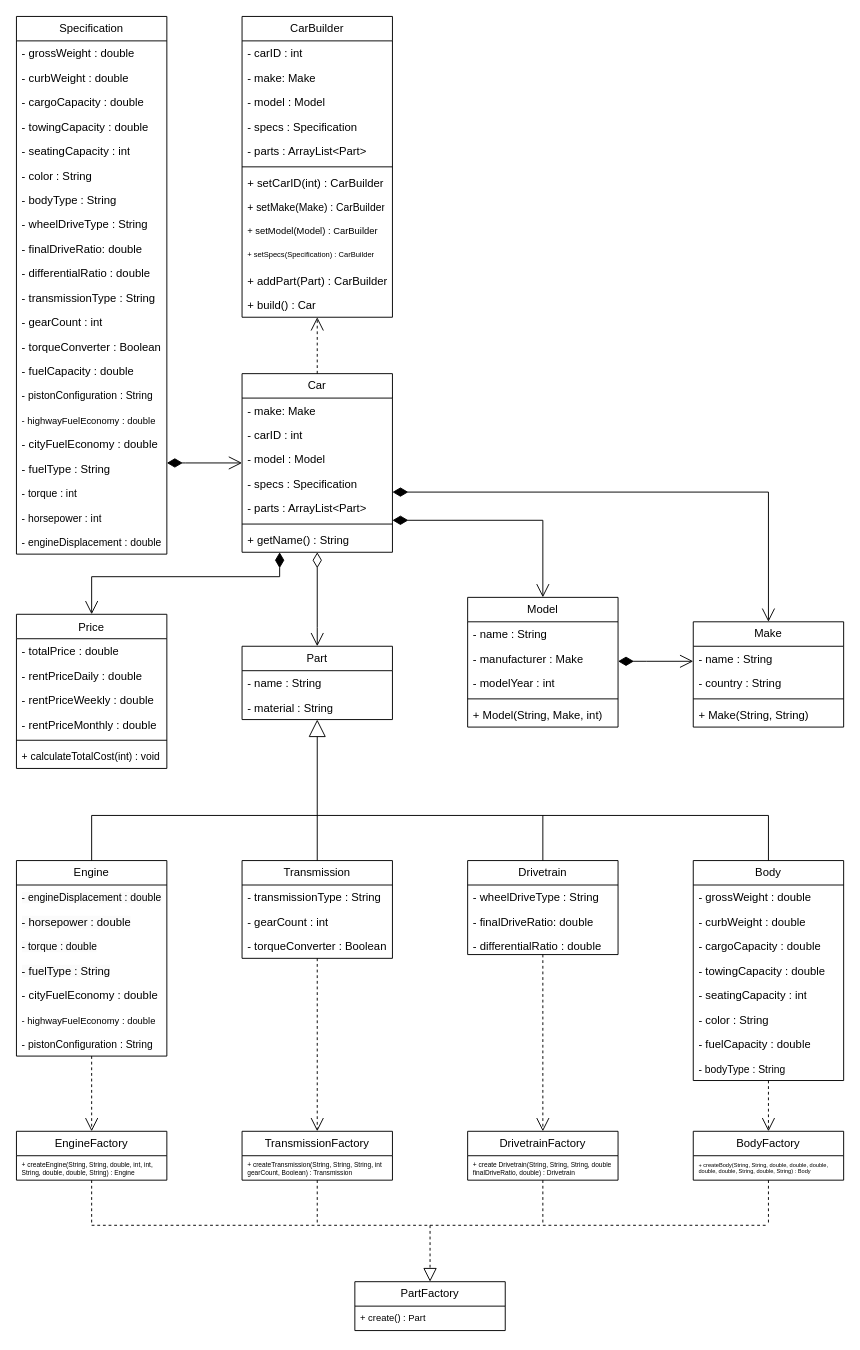
The draw.io diagram src/com/group5/Car/UML/Car_UML.drawio in TheHurricaneCat/CRMS---Add-Company-Name-Here-, before the edit. Source tidied: cells renumbered, new cells numbered last; positions are measured from the earlier drawing's top-left corner, leaving out a move shared by most shapes. Both pictures are drawn from the tidied source at 94%, with x=0, y=0 at pixel (16, 16).
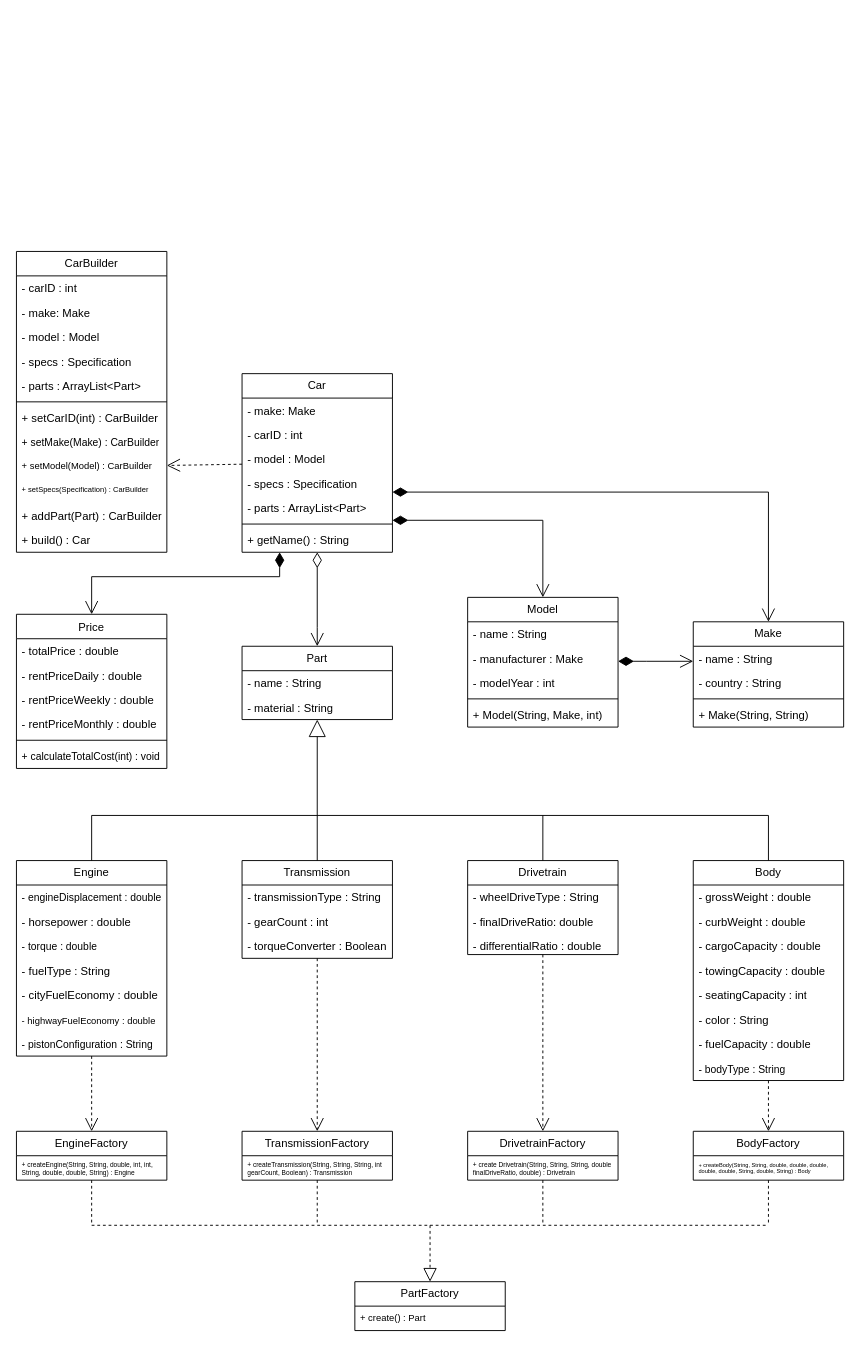
The same diagram, later.

Commit message:
Updated Car UML Diagram

The change refers to these unchanged cells:
```xml
<mxCell id="2" value="Car" style="swimlane;fontStyle=0;horizontal=1;startSize=26;fillColor=none;whiteSpace=wrap;html=1;" parent="1" vertex="1">
  <mxGeometry x="240" y="380" width="160" height="190" as="geometry" />
</mxCell>
<mxCell id="50" value="Engine" style="swimlane;fontStyle=0;horizontal=1;startSize=26;fillColor=none;whiteSpace=wrap;html=1;" parent="1" vertex="1">
  <mxGeometry y="898" width="160" height="208" as="geometry" />
</mxCell>
<mxCell id="98" value="+ setModel(Model) : CarBuilder" style="text;strokeColor=none;fillColor=none;align=left;verticalAlign=top;spacingLeft=4;spacingRight=4;overflow=hidden;points=[[0,0.5],[1,0.5]];portConstraint=eastwest;whiteSpace=wrap;html=1;fontSize=10;" parent="89" vertex="1">
  <mxGeometry y="216" width="160" height="26" as="geometry" />
</mxCell>
```

Diff of the diagram source:
```diff
@@
-    <mxCell id="22" value="Specification" style="swimlane;fontStyle=0;horizontal=1;startSize=26;fillColor=none;whiteSpace=wrap;html=1;" parent="1" vertex="1">
-      <mxGeometry width="160" height="572" as="geometry" />
-    </mxCell>
-    <mxCell id="23" value="- grossWeight : double" style="text;strokeColor=none;fillColor=none;align=left;verticalAlign=top;spacingLeft=4;spacingRight=4;overflow=hidden;whiteSpace=wrap;html=1;" parent="22" vertex="1">
-      <mxGeometry y="26" width="160" height="26" as="geometry" />
-    </mxCell>
-    <mxCell id="24" value="- curbWeight : double" style="text;strokeColor=none;fillColor=none;align=left;verticalAlign=top;spacingLeft=4;spacingRight=4;overflow=hidden;whiteSpace=wrap;html=1;" parent="22" vertex="1">
-      <mxGeometry y="52" width="160" height="26" as="geometry" />
-    </mxCell>
-    <mxCell id="25" value="- cargoCapacity : double" style="text;strokeColor=none;fillColor=none;align=left;verticalAlign=top;spacingLeft=4;spacingRight=4;overflow=hidden;whiteSpace=wrap;html=1;" parent="22" vertex="1">
-      <mxGeometry y="78" width="160" height="26" as="geometry" />
-    </mxCell>
-    <mxCell id="26" value="- towingCapacity : double" style="text;strokeColor=none;fillColor=none;align=left;verticalAlign=top;spacingLeft=4;spacingRight=4;overflow=hidden;whiteSpace=wrap;html=1;" parent="22" vertex="1">
-      <mxGeometry y="104" width="160" height="26" as="geometry" />
-    </mxCell>
-    <mxCell id="27" value="- seatingCapacity : int" style="text;strokeColor=none;fillColor=none;align=left;verticalAlign=top;spacingLeft=4;spacingRight=4;overflow=hidden;whiteSpace=wrap;html=1;" parent="22" vertex="1">
-      <mxGeometry y="130" width="160" height="26" as="geometry" />
-    </mxCell>
-    <mxCell id="28" value="- color : String" style="text;strokeColor=none;fillColor=none;align=left;verticalAlign=top;spacingLeft=4;spacingRight=4;overflow=hidden;whiteSpace=wrap;html=1;" parent="22" vertex="1">
-      <mxGeometry y="156" width="160" height="26" as="geometry" />
-    </mxCell>
-    <mxCell id="29" value="- bodyType : String" style="text;strokeColor=none;fillColor=none;align=left;verticalAlign=top;spacingLeft=4;spacingRight=4;overflow=hidden;whiteSpace=wrap;html=1;" parent="22" vertex="1">
-      <mxGeometry y="182" width="160" height="26" as="geometry" />
-    </mxCell>
-    <mxCell id="30" value="- wheelDriveType : String" style="text;strokeColor=none;fillColor=none;align=left;verticalAlign=top;spacingLeft=4;spacingRight=4;overflow=hidden;whiteSpace=wrap;html=1;" parent="22" vertex="1">
-      <mxGeometry y="208" width="160" height="26" as="geometry" />
-    </mxCell>
-    <mxCell id="31" value="- finalDriveRatio: double" style="text;strokeColor=none;fillColor=none;align=left;verticalAlign=top;spacingLeft=4;spacingRight=4;overflow=hidden;whiteSpace=wrap;html=1;" parent="22" vertex="1">
-      <mxGeometry y="234" width="160" height="26" as="geometry" />
-    </mxCell>
-    <mxCell id="32" value="- differentialRatio : double" style="text;strokeColor=none;fillColor=none;align=left;verticalAlign=top;spacingLeft=4;spacingRight=4;overflow=hidden;whiteSpace=wrap;html=1;" parent="22" vertex="1">
-      <mxGeometry y="260" width="160" height="26" as="geometry" />
-    </mxCell>
-    <mxCell id="33" value="- transmissionType : String" style="text;strokeColor=none;fillColor=none;align=left;verticalAlign=top;spacingLeft=4;spacingRight=4;overflow=hidden;whiteSpace=wrap;html=1;" parent="22" vertex="1">
-      <mxGeometry y="286" width="160" height="26" as="geometry" />
-    </mxCell>
-    <mxCell id="34" value="- gearCount : int" style="text;strokeColor=none;fillColor=none;align=left;verticalAlign=top;spacingLeft=4;spacingRight=4;overflow=hidden;whiteSpace=wrap;html=1;" parent="22" vertex="1">
-      <mxGeometry y="312" width="160" height="26" as="geometry" />
-    </mxCell>
-    <mxCell id="35" value="- torqueConverter : Boolean" style="text;strokeColor=none;fillColor=none;align=left;verticalAlign=top;spacingLeft=4;spacingRight=4;overflow=hidden;whiteSpace=wrap;html=1;" parent="22" vertex="1">
-      <mxGeometry y="338" width="160" height="26" as="geometry" />
-    </mxCell>
-    <mxCell id="36" value="- fuelCapacity : double" style="text;strokeColor=none;fillColor=none;align=left;verticalAlign=top;spacingLeft=4;spacingRight=4;overflow=hidden;whiteSpace=wrap;html=1;" parent="22" vertex="1">
-      <mxGeometry y="364" width="160" height="26" as="geometry" />
-    </mxCell>
-    <mxCell id="37" value="&lt;span style=&quot;font-size: 11px;&quot;&gt;- pistonConfiguration : String&lt;/span&gt;" style="text;strokeColor=none;fillColor=none;align=left;verticalAlign=top;spacingLeft=4;spacingRight=4;overflow=hidden;whiteSpace=wrap;html=1;" parent="22" vertex="1">
-      <mxGeometry y="390" width="160" height="26" as="geometry" />
-    </mxCell>
-    <mxCell id="38" value="&lt;span style=&quot;font-size: 10px;&quot;&gt;- highwayFuelEconomy : double&lt;/span&gt;" style="text;strokeColor=none;fillColor=none;align=left;verticalAlign=top;spacingLeft=4;spacingRight=4;overflow=hidden;whiteSpace=wrap;html=1;" parent="22" vertex="1">
-      <mxGeometry y="416" width="160" height="26" as="geometry" />
-    </mxCell>
-    <mxCell id="39" value="- cityFuelEconomy : double" style="text;strokeColor=none;fillColor=none;align=left;verticalAlign=top;spacingLeft=4;spacingRight=4;overflow=hidden;whiteSpace=wrap;html=1;" parent="22" vertex="1">
-      <mxGeometry y="442" width="160" height="26" as="geometry" />
-    </mxCell>
-    <mxCell id="40" value="- fuelType : String" style="text;strokeColor=none;fillColor=none;align=left;verticalAlign=top;spacingLeft=4;spacingRight=4;overflow=hidden;whiteSpace=wrap;html=1;" parent="22" vertex="1">
-      <mxGeometry y="468" width="160" height="26" as="geometry" />
-    </mxCell>
-    <mxCell id="41" value="&lt;span style=&quot;font-size: 11px;&quot;&gt;- torque : int&lt;/span&gt;" style="text;strokeColor=none;fillColor=none;align=left;verticalAlign=top;spacingLeft=4;spacingRight=4;overflow=hidden;whiteSpace=wrap;html=1;" parent="22" vertex="1">
-      <mxGeometry y="494" width="160" height="26" as="geometry" />
-    </mxCell>
-    <mxCell id="42" value="&lt;span style=&quot;font-size: 11px;&quot;&gt;- horsepower : int&lt;/span&gt;" style="text;strokeColor=none;fillColor=none;align=left;verticalAlign=top;spacingLeft=4;spacingRight=4;overflow=hidden;whiteSpace=wrap;html=1;" parent="22" vertex="1">
-      <mxGeometry y="520" width="160" height="26" as="geometry" />
-    </mxCell>
-    <mxCell id="43" value="&lt;span style=&quot;font-size: 11px;&quot;&gt;- engineDisplacement : double&lt;/span&gt;" style="text;strokeColor=none;fillColor=none;align=left;verticalAlign=top;spacingLeft=4;spacingRight=4;overflow=hidden;whiteSpace=wrap;html=1;" parent="22" vertex="1">
-      <mxGeometry y="546" width="160" height="26" as="geometry" />
-    </mxCell>
@@
-    <mxCell id="51" value="&lt;span style=&quot;color: rgb(0, 0, 0); font-family: Helvetica; font-size: 11px; font-style: normal; font-variant-ligatures: normal; font-variant-caps: normal; font-weight: 400; letter-spacing: normal; orphans: 2; text-align: left; text-indent: 0px; text-transform: none; widows: 2; word-spacing: 0px; -webkit-text-stroke-width: 0px; white-space: normal; background-color: rgb(251, 251, 251); text-decoration-thickness: initial; text-decoration-style: initial; text-decoration-color: initial; display: inline !important; float: none;&quot;&gt;- engineDisplacement : double&lt;/span&gt;" style="text;strokeColor=none;fillColor=none;align=left;verticalAlign=top;spacingLeft=4;spacingRight=4;overflow=hidden;whiteSpace=wrap;html=1;" parent="50" vertex="1">
+    <mxCell id="51" value="&lt;span style=&quot;font-family: Helvetica; font-size: 11px; font-style: normal; font-variant-ligatures: normal; font-variant-caps: normal; font-weight: 400; letter-spacing: normal; orphans: 2; text-align: left; text-indent: 0px; text-transform: none; widows: 2; word-spacing: 0px; -webkit-text-stroke-width: 0px; white-space: normal; text-decoration-thickness: initial; text-decoration-style: initial; text-decoration-color: initial; float: none; display: inline !important;&quot;&gt;- engineDisplacement : double&lt;/span&gt;" style="text;strokeColor=none;fillColor=none;align=left;verticalAlign=top;spacingLeft=4;spacingRight=4;overflow=hidden;whiteSpace=wrap;html=1;fontColor=default;labelBackgroundColor=none;" parent="50" vertex="1">
       <mxGeometry y="26" width="160" height="26" as="geometry" />
     </mxCell>
-    <mxCell id="52" value="&lt;span style=&quot;color: rgb(0, 0, 0); font-family: Helvetica; font-size: 12px; font-style: normal; font-variant-ligatures: normal; font-variant-caps: normal; font-weight: 400; letter-spacing: normal; orphans: 2; text-align: left; text-indent: 0px; text-transform: none; widows: 2; word-spacing: 0px; -webkit-text-stroke-width: 0px; white-space: normal; background-color: rgb(251, 251, 251); text-decoration-thickness: initial; text-decoration-style: initial; text-decoration-color: initial; float: none; display: inline !important;&quot;&gt;- horsepower : double&lt;/span&gt;" style="text;strokeColor=none;fillColor=none;align=left;verticalAlign=top;spacingLeft=4;spacingRight=4;overflow=hidden;whiteSpace=wrap;html=1;fontSize=12;" parent="50" vertex="1">
+    <mxCell id="52" value="&lt;span style=&quot;font-family: Helvetica; font-size: 12px; font-style: normal; font-variant-ligatures: normal; font-variant-caps: normal; font-weight: 400; letter-spacing: normal; orphans: 2; text-align: left; text-indent: 0px; text-transform: none; widows: 2; word-spacing: 0px; -webkit-text-stroke-width: 0px; white-space: normal; text-decoration-thickness: initial; text-decoration-style: initial; text-decoration-color: initial; float: none; display: inline !important;&quot;&gt;- horsepower : double&lt;/span&gt;" style="text;strokeColor=none;fillColor=none;align=left;verticalAlign=top;spacingLeft=4;spacingRight=4;overflow=hidden;whiteSpace=wrap;html=1;fontSize=12;fontColor=default;labelBackgroundColor=none;" parent="50" vertex="1">
       <mxGeometry y="52" width="160" height="26" as="geometry" />
     </mxCell>
-    <mxCell id="53" value="&lt;span style=&quot;color: rgb(0, 0, 0); font-family: Helvetica; font-size: 11px; font-style: normal; font-variant-ligatures: normal; font-variant-caps: normal; font-weight: 400; letter-spacing: normal; orphans: 2; text-align: left; text-indent: 0px; text-transform: none; widows: 2; word-spacing: 0px; -webkit-text-stroke-width: 0px; white-space: normal; background-color: rgb(251, 251, 251); text-decoration-thickness: initial; text-decoration-style: initial; text-decoration-color: initial; display: inline !important; float: none;&quot;&gt;- torque : double&lt;/span&gt;" style="text;strokeColor=none;fillColor=none;align=left;verticalAlign=top;spacingLeft=4;spacingRight=4;overflow=hidden;whiteSpace=wrap;html=1;" parent="50" vertex="1">
+    <mxCell id="53" value="&lt;span style=&quot;font-family: Helvetica; font-size: 11px; font-style: normal; font-variant-ligatures: normal; font-variant-caps: normal; font-weight: 400; letter-spacing: normal; orphans: 2; text-align: left; text-indent: 0px; text-transform: none; widows: 2; word-spacing: 0px; -webkit-text-stroke-width: 0px; white-space: normal; text-decoration-thickness: initial; text-decoration-style: initial; text-decoration-color: initial; float: none; display: inline !important;&quot;&gt;- torque : double&lt;/span&gt;" style="text;strokeColor=none;fillColor=none;align=left;verticalAlign=top;spacingLeft=4;spacingRight=4;overflow=hidden;whiteSpace=wrap;html=1;fontColor=default;labelBackgroundColor=none;" parent="50" vertex="1">
       <mxGeometry y="78" width="160" height="26" as="geometry" />
     </mxCell>
-    <mxCell id="54" value="&lt;span style=&quot;color: rgb(0, 0, 0); font-family: Helvetica; font-size: 12px; font-style: normal; font-variant-ligatures: normal; font-variant-caps: normal; font-weight: 400; letter-spacing: normal; orphans: 2; text-align: left; text-indent: 0px; text-transform: none; widows: 2; word-spacing: 0px; -webkit-text-stroke-width: 0px; white-space: normal; background-color: rgb(251, 251, 251); text-decoration-thickness: initial; text-decoration-style: initial; text-decoration-color: initial; display: inline !important; float: none;&quot;&gt;- fuelType : String&lt;/span&gt;" style="text;strokeColor=none;fillColor=none;align=left;verticalAlign=top;spacingLeft=4;spacingRight=4;overflow=hidden;whiteSpace=wrap;html=1;" parent="50" vertex="1">
+    <mxCell id="54" value="&lt;span style=&quot;font-family: Helvetica; font-size: 12px; font-style: normal; font-variant-ligatures: normal; font-variant-caps: normal; font-weight: 400; letter-spacing: normal; orphans: 2; text-align: left; text-indent: 0px; text-transform: none; widows: 2; word-spacing: 0px; -webkit-text-stroke-width: 0px; white-space: normal; text-decoration-thickness: initial; text-decoration-style: initial; text-decoration-color: initial; float: none; display: inline !important;&quot;&gt;- fuelType : String&lt;/span&gt;" style="text;strokeColor=none;fillColor=none;align=left;verticalAlign=top;spacingLeft=4;spacingRight=4;overflow=hidden;whiteSpace=wrap;html=1;fontColor=default;labelBackgroundColor=none;" parent="50" vertex="1">
       <mxGeometry y="104" width="160" height="26" as="geometry" />
     </mxCell>
@@
     <mxCell id="89" value="CarBuilder" style="swimlane;fontStyle=0;horizontal=1;startSize=26;fillColor=none;whiteSpace=wrap;html=1;" parent="1" vertex="1">
-      <mxGeometry x="240" width="160" height="320" as="geometry" />
+      <mxGeometry y="250" width="160" height="320" as="geometry" />
     </mxCell>
@@
-    <mxCell id="102" style="endArrow=open;html=1;endSize=12;startArrow=diamondThin;startSize=14;startFill=1;edgeStyle=orthogonalEdgeStyle;align=left;verticalAlign=bottom;rounded=0;" parent="1" edge="1" source="22" target="2">
-      <mxGeometry x="-1" y="3" relative="1" as="geometry">
-        <Array as="points">
-          <mxPoint x="180" y="475" />
-          <mxPoint x="180" y="475" />
-        </Array>
-      </mxGeometry>
-    </mxCell>
-    <mxCell id="103" style="endArrow=open;endSize=12;dashed=1;html=1;rounded=0;" parent="1" edge="1" source="2" target="89">
+    <mxCell id="103" style="endArrow=open;endSize=12;dashed=1;html=1;rounded=0;" parent="1" edge="1" source="2" target="98">
       <mxGeometry relative="1" as="geometry" />
     </mxCell>
```
